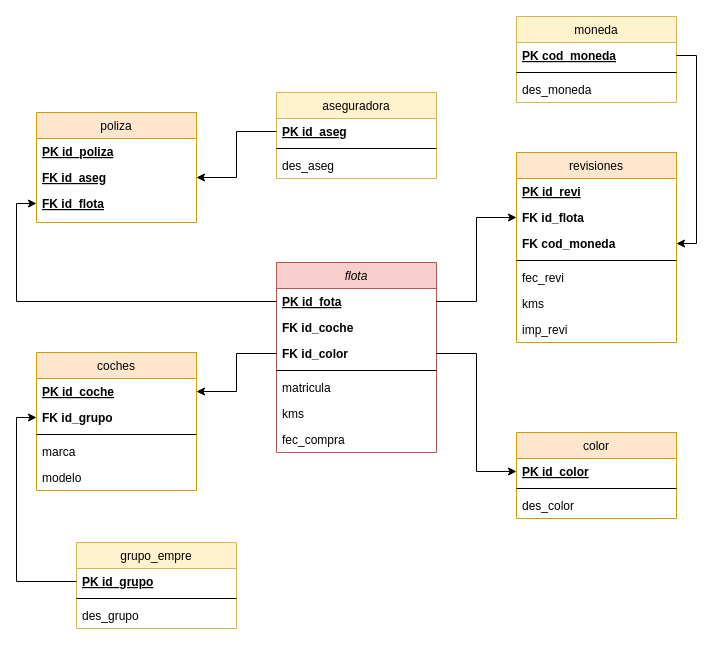
Before: Diagrama_practica.drawio in DianaFreire/modelado_datos_SQL, a draw.io diagram. Source tidied: cells renumbered, new cells numbered last; positions are measured from the earlier drawing's top-left corner, leaving out a move shared by most shapes. Both pictures are drawn from the tidied source at 100%, with x=0, y=0 at pixel (36, 16).
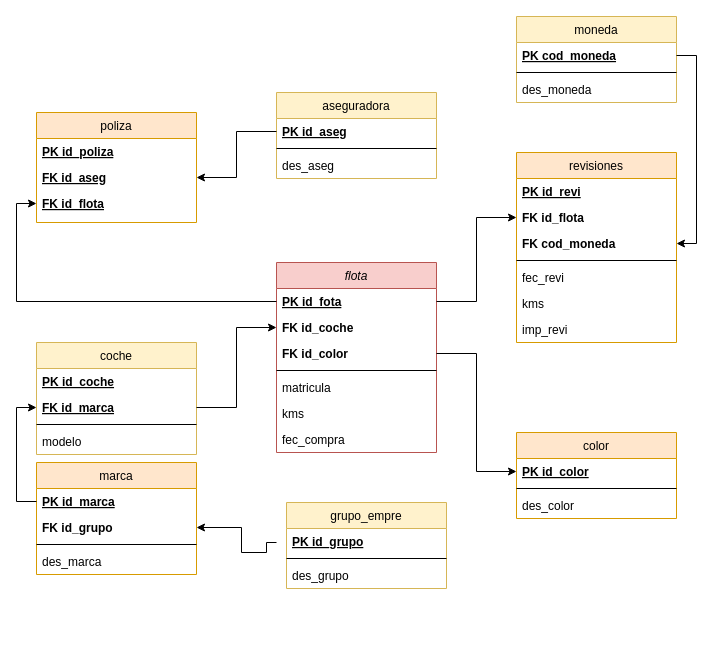
The same diagram, later.

Unchanged cells that the change refers to:
```xml
<mxCell id="3" value="PK id_fota" style="text;align=left;verticalAlign=top;spacingLeft=4;spacingRight=4;overflow=hidden;points=[[0,0.5],[1,0.5]];portConstraint=eastwest;fontStyle=5;" parent="2" vertex="1">
  <mxGeometry y="26" width="160" height="26" as="geometry" />
</mxCell>
<mxCell id="4" value="FK id_coche" style="text;align=left;verticalAlign=top;spacingLeft=4;spacingRight=4;overflow=hidden;points=[[0,0.5],[1,0.5]];portConstraint=eastwest;rounded=0;shadow=0;html=0;fontStyle=1;" parent="2" vertex="1">
  <mxGeometry y="52" width="160" height="26" as="geometry" />
</mxCell>
<mxCell id="5" value="FK id_color" style="text;align=left;verticalAlign=top;spacingLeft=4;spacingRight=4;overflow=hidden;points=[[0,0.5],[1,0.5]];portConstraint=eastwest;rounded=0;shadow=0;html=0;fontStyle=1;" parent="2" vertex="1">
  <mxGeometry y="78" width="160" height="26" as="geometry" />
</mxCell>
<mxCell id="12" value="FK id_grupo" style="text;align=left;verticalAlign=top;spacingLeft=4;spacingRight=4;overflow=hidden;points=[[0,0.5],[1,0.5]];portConstraint=eastwest;rounded=0;shadow=0;html=0;fontStyle=1;" parent="10" vertex="1">
  <mxGeometry y="52" width="160" height="26" as="geometry" />
</mxCell>
<mxCell id="17" value="PK id_color" style="text;align=left;verticalAlign=top;spacingLeft=4;spacingRight=4;overflow=hidden;points=[[0,0.5],[1,0.5]];portConstraint=eastwest;fontStyle=5;" parent="16" vertex="1">
  <mxGeometry y="26" width="160" height="26" as="geometry" />
</mxCell>
<mxCell id="22" value="FK id_flota" style="text;align=left;verticalAlign=top;spacingLeft=4;spacingRight=4;overflow=hidden;points=[[0,0.5],[1,0.5]];portConstraint=eastwest;rounded=0;shadow=0;html=0;fontStyle=1;" parent="20" vertex="1">
  <mxGeometry y="52" width="160" height="26" as="geometry" />
</mxCell>
<mxCell id="23" value="FK cod_moneda" style="text;align=left;verticalAlign=top;spacingLeft=4;spacingRight=4;overflow=hidden;points=[[0,0.5],[1,0.5]];portConstraint=eastwest;rounded=0;shadow=0;html=0;fontStyle=1;" parent="20" vertex="1">
  <mxGeometry y="78" width="160" height="26" as="geometry" />
</mxCell>
<mxCell id="30" value="FK id_aseg" style="text;align=left;verticalAlign=top;spacingLeft=4;spacingRight=4;overflow=hidden;points=[[0,0.5],[1,0.5]];portConstraint=eastwest;fontStyle=5;" parent="28" vertex="1">
  <mxGeometry y="52" width="160" height="26" as="geometry" />
</mxCell>
<mxCell id="31" value="FK id_flota" style="text;align=left;verticalAlign=top;spacingLeft=4;spacingRight=4;overflow=hidden;points=[[0,0.5],[1,0.5]];portConstraint=eastwest;fontStyle=5;" parent="28" vertex="1">
  <mxGeometry y="78" width="160" height="26" as="geometry" />
</mxCell>
<mxCell id="33" value="PK id_aseg" style="text;align=left;verticalAlign=top;spacingLeft=4;spacingRight=4;overflow=hidden;points=[[0,0.5],[1,0.5]];portConstraint=eastwest;fontStyle=5;" parent="32" vertex="1">
  <mxGeometry y="26" width="160" height="26" as="geometry" />
</mxCell>
<mxCell id="37" value="PK cod_moneda" style="text;align=left;verticalAlign=top;spacingLeft=4;spacingRight=4;overflow=hidden;points=[[0,0.5],[1,0.5]];portConstraint=eastwest;fontStyle=5;" parent="36" vertex="1">
  <mxGeometry y="26" width="160" height="26" as="geometry" />
</mxCell>
<mxCell id="41" value="PK id_grupo" style="text;align=left;verticalAlign=top;spacingLeft=4;spacingRight=4;overflow=hidden;points=[[0,0.5],[1,0.5]];portConstraint=eastwest;fontStyle=5;" parent="40" vertex="1">
  <mxGeometry y="26" width="160" height="26" as="geometry" />
</mxCell>
```

Change to the diagram source:
```diff
@@
-    <mxCell id="10" value="coches" style="swimlane;fontStyle=0;align=center;verticalAlign=top;horizontal=1;startSize=26;rounded=0;shadow=0;strokeWidth=1;fillColor=#ffe6cc;strokeColor=#d79b00;" parent="1" vertex="1">
-      <mxGeometry y="336" width="160" height="138" as="geometry" />
+    <mxCell id="10" value="marca" style="swimlane;fontStyle=0;align=center;verticalAlign=top;horizontal=1;startSize=26;rounded=0;shadow=0;strokeWidth=1;fillColor=#ffe6cc;strokeColor=#d79b00;" parent="1" vertex="1">
+      <mxGeometry y="446" width="160" height="112" as="geometry" />
     </mxCell>
-    <mxCell id="11" value="PK id_coche" style="text;align=left;verticalAlign=top;spacingLeft=4;spacingRight=4;overflow=hidden;points=[[0,0.5],[1,0.5]];portConstraint=eastwest;fontStyle=5;" parent="10" vertex="1">
+    <mxCell id="11" value="PK id_marca" style="text;align=left;verticalAlign=top;spacingLeft=4;spacingRight=4;overflow=hidden;points=[[0,0.5],[1,0.5]];portConstraint=eastwest;fontStyle=5;" parent="10" vertex="1">
       <mxGeometry y="26" width="160" height="26" as="geometry" />
     </mxCell>
@@
-    <mxCell id="14" value="marca" style="text;align=left;verticalAlign=top;spacingLeft=4;spacingRight=4;overflow=hidden;fontStyle=0;" parent="10" vertex="1">
+    <mxCell id="14" value="des_marca" style="text;align=left;verticalAlign=top;spacingLeft=4;spacingRight=4;overflow=hidden;fontStyle=0;" parent="10" vertex="1">
       <mxGeometry y="86" width="160" height="26" as="geometry" />
     </mxCell>
-    <mxCell id="15" value="modelo" style="text;align=left;verticalAlign=top;spacingLeft=4;spacingRight=4;overflow=hidden;" parent="10" vertex="1">
-      <mxGeometry y="112" width="160" height="26" as="geometry" />
-    </mxCell>
@@
+    <mxCell id="44" style="edgeStyle=orthogonalEdgeStyle;rounded=0;jettySize=auto;html=1;exitX=1;exitY=0.5;exitDx=0;exitDy=0;entryX=0;entryY=0.5;entryDx=0;entryDy=0;" parent="1" edge="1" source="3" target="22">
+      <mxGeometry relative="1" as="geometry" />
+    </mxCell>
+    <mxCell id="46" style="edgeStyle=orthogonalEdgeStyle;rounded=0;jettySize=auto;html=1;exitX=1;exitY=0.5;exitDx=0;exitDy=0;entryX=0;entryY=0.5;entryDx=0;entryDy=0;" parent="1" edge="1" source="5" target="17">
+      <mxGeometry relative="1" as="geometry" />
+    </mxCell>
+    <mxCell id="47" style="edgeStyle=orthogonalEdgeStyle;rounded=0;jettySize=auto;html=1;exitX=0;exitY=0.5;exitDx=0;exitDy=0;entryX=0;entryY=0.5;entryDx=0;entryDy=0;" parent="1" edge="1" source="3" target="31">
+      <mxGeometry relative="1" as="geometry" />
+    </mxCell>
+    <mxCell id="49" style="edgeStyle=orthogonalEdgeStyle;rounded=0;jettySize=auto;html=1;exitX=1;exitY=0.5;exitDx=0;exitDy=0;entryX=1;entryY=0.5;entryDx=0;entryDy=0;" parent="1" edge="1" source="37" target="23">
+      <mxGeometry relative="1" as="geometry" />
+    </mxCell>
+    <mxCell id="50" style="edgeStyle=orthogonalEdgeStyle;rounded=0;jettySize=auto;html=1;exitX=0;exitY=0.5;exitDx=0;exitDy=0;entryX=1;entryY=0.5;entryDx=0;entryDy=0;" parent="1" edge="1" source="33" target="30">
+      <mxGeometry relative="1" as="geometry" />
+    </mxCell>
+    <mxCell id="51" value="coche" style="swimlane;fontStyle=0;align=center;verticalAlign=top;horizontal=1;startSize=26;rounded=0;shadow=0;strokeWidth=1;fillColor=#fff2cc;strokeColor=#d6b656;" parent="1" vertex="1">
+      <mxGeometry y="326" width="160" height="112" as="geometry" />
+    </mxCell>
+    <mxCell id="52" value="PK id_coche" style="text;align=left;verticalAlign=top;spacingLeft=4;spacingRight=4;overflow=hidden;fontStyle=5;" parent="51" vertex="1">
+      <mxGeometry y="26" width="160" height="26" as="geometry" />
+    </mxCell>
+    <mxCell id="53" value="FK id_marca" style="text;align=left;verticalAlign=top;spacingLeft=4;spacingRight=4;overflow=hidden;points=[[0,0.5],[1,0.5]];portConstraint=eastwest;fontStyle=5;" parent="51" vertex="1">
+      <mxGeometry y="52" width="160" height="26" as="geometry" />
+    </mxCell>
+    <mxCell id="54" style="line;html=1;strokeWidth=1;align=left;verticalAlign=middle;spacingTop=-1;spacingLeft=3;spacingRight=3;labelPosition=right;" parent="51" vertex="1">
+      <mxGeometry y="78" width="160" height="8" as="geometry" />
+    </mxCell>
+    <mxCell id="15" value="modelo" style="text;align=left;verticalAlign=top;spacingLeft=4;spacingRight=4;overflow=hidden;" parent="51" vertex="1">
+      <mxGeometry y="86" width="160" height="26" as="geometry" />
+    </mxCell>
     <mxCell id="40" value="grupo_empre" style="swimlane;fontStyle=0;align=center;verticalAlign=top;horizontal=1;startSize=26;rounded=0;shadow=0;strokeWidth=1;fillColor=#fff2cc;strokeColor=#d6b656;" parent="1" vertex="1">
-      <mxGeometry x="40" y="526" width="160" height="86" as="geometry" />
+      <mxGeometry x="250" y="486" width="160" height="86" as="geometry" />
     </mxCell>
@@
-    <mxCell id="44" style="edgeStyle=orthogonalEdgeStyle;rounded=0;jettySize=auto;html=1;exitX=1;exitY=0.5;exitDx=0;exitDy=0;entryX=0;entryY=0.5;entryDx=0;entryDy=0;" parent="1" edge="1" source="3" target="22">
-      <mxGeometry relative="1" as="geometry" />
-    </mxCell>
-    <mxCell id="45" style="edgeStyle=orthogonalEdgeStyle;rounded=0;jettySize=auto;html=1;exitX=0;exitY=0.5;exitDx=0;exitDy=0;entryX=0;entryY=0.5;entryDx=0;entryDy=0;" parent="1" edge="1" source="41" target="12">
-      <mxGeometry relative="1" as="geometry" />
-    </mxCell>
-    <mxCell id="46" style="edgeStyle=orthogonalEdgeStyle;rounded=0;jettySize=auto;html=1;exitX=1;exitY=0.5;exitDx=0;exitDy=0;entryX=0;entryY=0.5;entryDx=0;entryDy=0;" parent="1" edge="1" source="5" target="17">
-      <mxGeometry relative="1" as="geometry" />
-    </mxCell>
-    <mxCell id="47" style="edgeStyle=orthogonalEdgeStyle;rounded=0;jettySize=auto;html=1;exitX=0;exitY=0.5;exitDx=0;exitDy=0;entryX=0;entryY=0.5;entryDx=0;entryDy=0;" parent="1" edge="1" source="3" target="31">
-      <mxGeometry relative="1" as="geometry" />
-    </mxCell>
-    <mxCell id="48" style="edgeStyle=orthogonalEdgeStyle;rounded=0;jettySize=auto;html=1;exitX=0;exitY=0.5;exitDx=0;exitDy=0;entryX=1;entryY=0.5;entryDx=0;entryDy=0;" parent="1" edge="1" source="5" target="11">
-      <mxGeometry relative="1" as="geometry" />
-    </mxCell>
-    <mxCell id="49" style="edgeStyle=orthogonalEdgeStyle;rounded=0;jettySize=auto;html=1;exitX=1;exitY=0.5;exitDx=0;exitDy=0;entryX=1;entryY=0.5;entryDx=0;entryDy=0;" parent="1" edge="1" source="37" target="23">
-      <mxGeometry relative="1" as="geometry" />
-    </mxCell>
-    <mxCell id="50" style="edgeStyle=orthogonalEdgeStyle;rounded=0;jettySize=auto;html=1;exitX=0;exitY=0.5;exitDx=0;exitDy=0;entryX=1;entryY=0.5;entryDx=0;entryDy=0;" parent="1" edge="1" source="33" target="30">
-      <mxGeometry relative="1" as="geometry" />
-    </mxCell>
+    <mxCell id="55" style="edgeStyle=orthogonalEdgeStyle;rounded=0;jettySize=auto;html=1;" parent="1" edge="1" target="12">
+      <mxGeometry x="1" y="18" relative="1" as="geometry">
+        <mxPoint x="240" y="526" as="sourcePoint" />
+        <Array as="points">
+          <mxPoint x="230" y="526" />
+          <mxPoint x="230" y="536" />
+          <mxPoint x="205" y="536" />
+          <mxPoint x="205" y="511" />
+        </Array>
+        <mxPoint x="-8" y="15" as="offset" />
+      </mxGeometry>
+    </mxCell>
+    <mxCell id="56" style="edgeStyle=orthogonalEdgeStyle;rounded=0;jettySize=auto;html=1;" parent="1" edge="1" source="53" target="4">
+      <mxGeometry relative="1" as="geometry" />
+    </mxCell>
+    <mxCell id="57" style="edgeStyle=orthogonalEdgeStyle;rounded=0;jettySize=auto;html=1;entryX=0;entryY=0.5;entryDx=0;entryDy=0;" parent="1" edge="1" source="11" target="53">
+      <mxGeometry relative="1" as="geometry" />
+    </mxCell>
```
